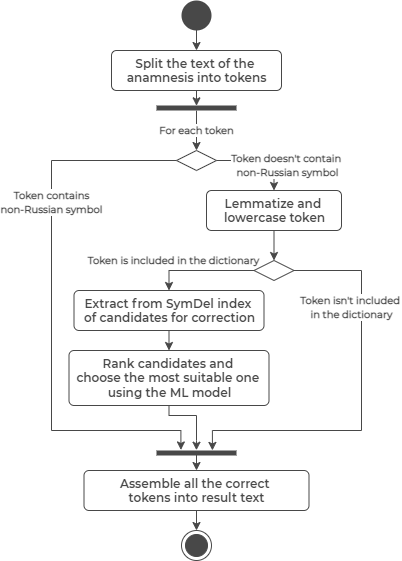
This is presentation_materials/figures/spellchecking_process.png from DmitryPogrebnoy/MedSpellChecker, a draw.io export, as it was before one commit. Source tidied: cells renumbered, new cells last; positions are measured from the earlier drawing's top-left corner, leaving out a move shared by most shapes.
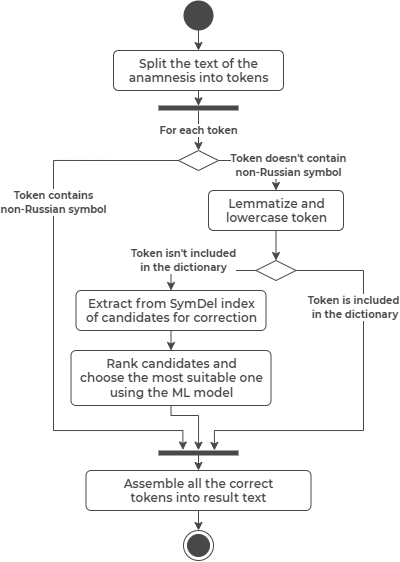
After the commit.

Diff of the diagram source:
```diff
@@ -21,15 +21,14 @@
     <mxCell id="6" style="rhombus;strokeColor=#484848;fillColor=#FFFFFF;direction=north;rotation=90;fontFamily=Montserrat Semibold;" parent="1" vertex="1">
       <mxGeometry x="212.5" y="250" width="20" height="40" as="geometry" />
     </mxCell>
-    <mxCell id="7" value="&lt;font color=&quot;#484848&quot; face=&quot;montserrat&quot; size=&quot;1&quot;&gt;&lt;b&gt;Token is included in the dictionary&lt;br&gt;&lt;/b&gt;&lt;/font&gt;" style="edgeStyle=orthogonalEdgeStyle;rounded=0;jettySize=auto;html=1;strokeColor=#484848;exitX=0;exitY=0.5;exitDx=0;exitDy=0;entryX=0.5;entryY=0;entryDx=0;entryDy=0;fontFamily=Montserrat Semibold;" parent="1" edge="1" source="6" target="9">
-      <mxGeometry x="0.56" y="-10" relative="1" as="geometry">
+    <mxCell id="7" value="&lt;b style=&quot;border-color: var(--border-color); color: rgb(72, 72, 72); font-family: montserrat; font-size: x-small;&quot;&gt;Token isn't included&lt;br style=&quot;border-color: var(--border-color);&quot;&gt;in the dictionary&lt;/b&gt;&lt;font color=&quot;#484848&quot; face=&quot;montserrat&quot; size=&quot;1&quot;&gt;&lt;b&gt;&lt;br&gt;&lt;/b&gt;&lt;/font&gt;" style="edgeStyle=orthogonalEdgeStyle;rounded=0;jettySize=auto;html=1;strokeColor=#484848;exitX=0;exitY=0.5;exitDx=0;exitDy=0;entryX=0.5;entryY=0;entryDx=0;entryDy=0;fontFamily=Montserrat Semibold;" parent="1" edge="1" source="6" target="9">
+      <mxGeometry x="0.38" y="-10" relative="1" as="geometry">
         <Array as="points">
           <mxPoint x="118" y="270" />
         </Array>
-        <mxPoint x="1" as="offset" />
       </mxGeometry>
     </mxCell>
-    <mxCell id="8" value="&lt;b style=&quot;font-style: normal ; letter-spacing: normal ; text-align: center ; text-indent: 0px ; text-transform: none ; word-spacing: 0px ; color: rgb(72 , 72 , 72) ; font-family: &amp;quot;montserrat&amp;quot; ; font-size: x-small&quot;&gt;Token isn't included &lt;br&gt;in the dictionary&lt;/b&gt;" style="edgeStyle=orthogonalEdgeStyle;rounded=0;jettySize=auto;html=1;strokeColor=#484848;exitX=1;exitY=0.5;exitDx=0;exitDy=0;entryX=-0.016;entryY=0.301;entryDx=0;entryDy=0;entryPerimeter=0;fontFamily=Montserrat Semibold;" parent="1" edge="1" source="6" target="18">
+    <mxCell id="8" value="&lt;b style=&quot;border-color: var(--border-color); color: rgb(72, 72, 72); font-family: montserrat; font-size: x-small;&quot;&gt;Token is included&lt;br&gt;&amp;nbsp;in the dictionary&lt;/b&gt;" style="edgeStyle=orthogonalEdgeStyle;rounded=0;jettySize=auto;html=1;strokeColor=#484848;exitX=1;exitY=0.5;exitDx=0;exitDy=0;entryX=-0.016;entryY=0.301;entryDx=0;entryDy=0;entryPerimeter=0;fontFamily=Montserrat Semibold;" parent="1" edge="1" source="6" target="18">
       <mxGeometry x="-0.48" y="-10" relative="1" as="geometry">
         <Array as="points">
           <mxPoint x="310" y="270" />
```
